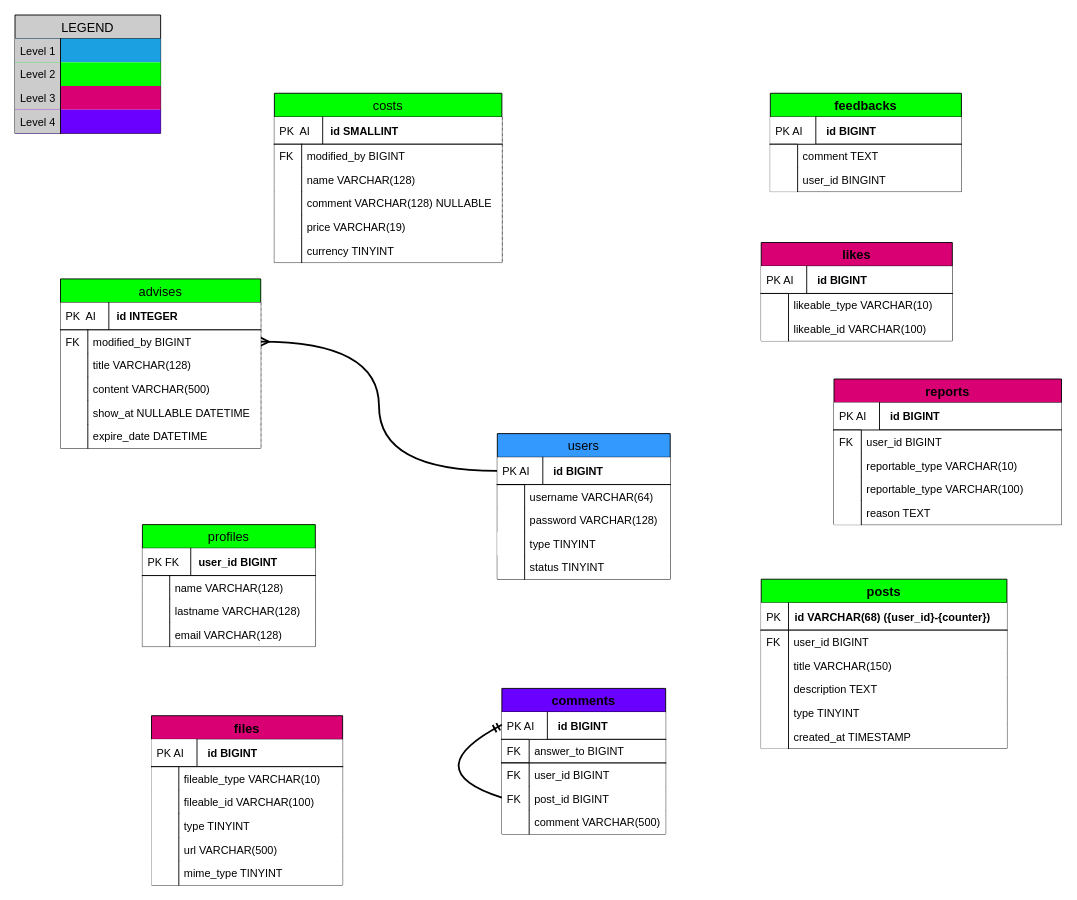
Binaretech/ugma-today-api keeps this draw.io diagram as database/db.drawio. Above is the earlier version. Source tidied: cells renumbered, new cells numbered last; positions are measured from the earlier drawing's top-left corner, leaving out a move shared by most shapes. Both pictures are drawn from the tidied source at 91%, with x=0, y=0 at pixel (15, 15).
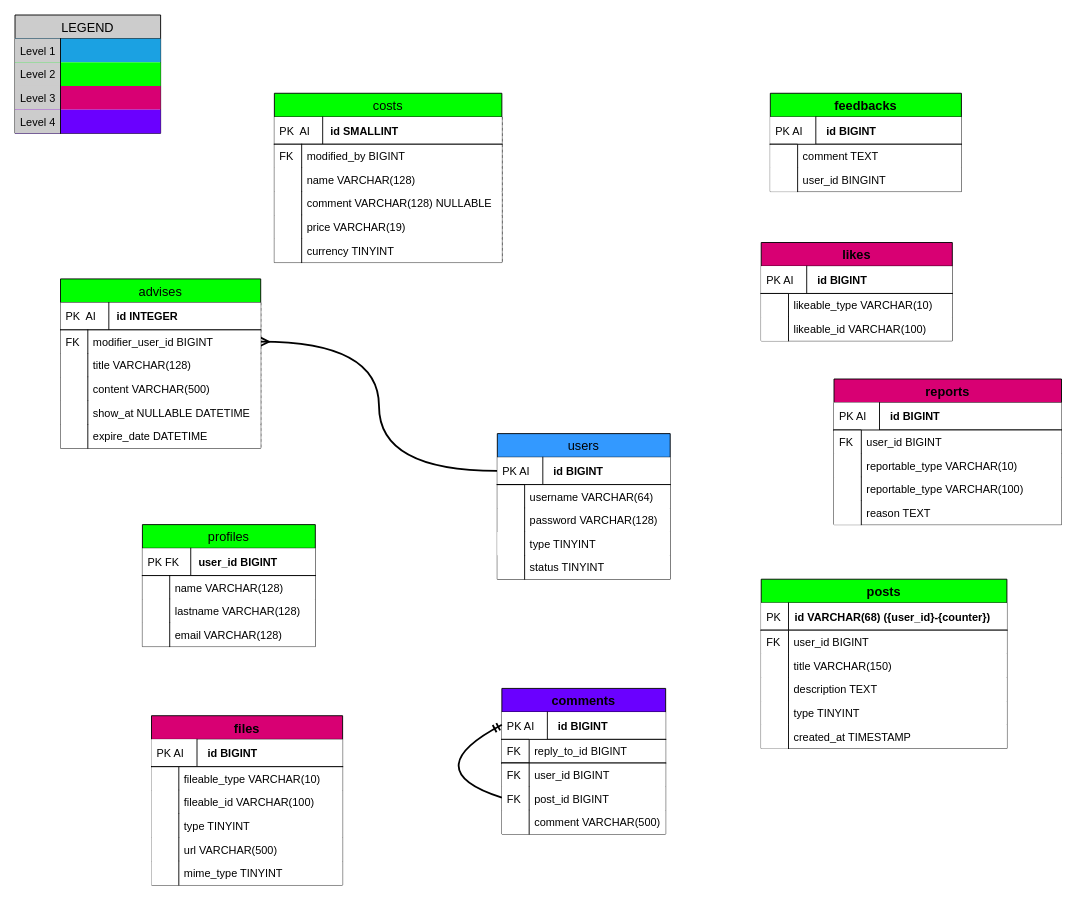
Above is the later version.

The change refers to these unchanged cells:
```xml
<mxCell id="38" value="comments" style="swimlane;fontStyle=1;horizontal=1;startSize=26;align=center;fontSize=14;strokeColor=#000000;fillColor=#6a00ff;fontColor=#000000;" parent="1" vertex="1">
  <mxGeometry x="535" y="740" width="180" height="160" as="geometry" />
</mxCell>
<mxCell id="64" value="advises" style="swimlane;fontStyle=0;horizontal=1;startSize=26;align=center;fontSize=14;fillColor=#00FF00;strokeColor=#000000;fontColor=#000000;separatorColor=#000000;rounded=0;swimlaneFillColor=none;" parent="1" vertex="1">
  <mxGeometry x="50" y="290" width="220" height="186" as="geometry" />
</mxCell>
```

The edit, as a diff of the source:
```diff
@@
-    <mxCell id="41" value="answer_to BIGINT" style="shape=partialRectangle;top=1;left=0;right=0;bottom=1;align=left;verticalAlign=top;fillColor=#ffffff;spacingLeft=34;spacingRight=4;overflow=hidden;fontSize=12;fontColor=#000000;strokeColor=#000000;fontStyle=0;" parent="38" vertex="1">
+    <mxCell id="41" value="reply_to_id BIGINT" style="shape=partialRectangle;top=1;left=0;right=0;bottom=1;align=left;verticalAlign=top;fillColor=#ffffff;spacingLeft=34;spacingRight=4;overflow=hidden;fontSize=12;fontColor=#000000;strokeColor=#000000;fontStyle=0;" parent="38" vertex="1">
       <mxGeometry y="56" width="180" height="26" as="geometry" />
     </mxCell>
@@
-    <mxCell id="67" value="modified_by BIGINT" style="shape=partialRectangle;top=1;left=0;right=0;bottom=0;align=left;verticalAlign=top;fillColor=#ffffff;spacingLeft=34;spacingRight=4;overflow=hidden;points=[[0,0.5],[1,0.5]];portConstraint=eastwest;fontSize=12;fontColor=#000000;strokeColor=#000000;perimeterSpacing=0;strokeWidth=1;fontStyle=0;" parent="64" vertex="1">
+    <mxCell id="67" value="modifier_user_id BIGINT" style="shape=partialRectangle;top=1;left=0;right=0;bottom=0;align=left;verticalAlign=top;fillColor=#ffffff;spacingLeft=34;spacingRight=4;overflow=hidden;points=[[0,0.5],[1,0.5]];portConstraint=eastwest;fontSize=12;fontColor=#000000;strokeColor=#000000;perimeterSpacing=0;strokeWidth=1;fontStyle=0;" parent="64" vertex="1">
       <mxGeometry y="56" width="220" height="26" as="geometry" />
     </mxCell>
```
